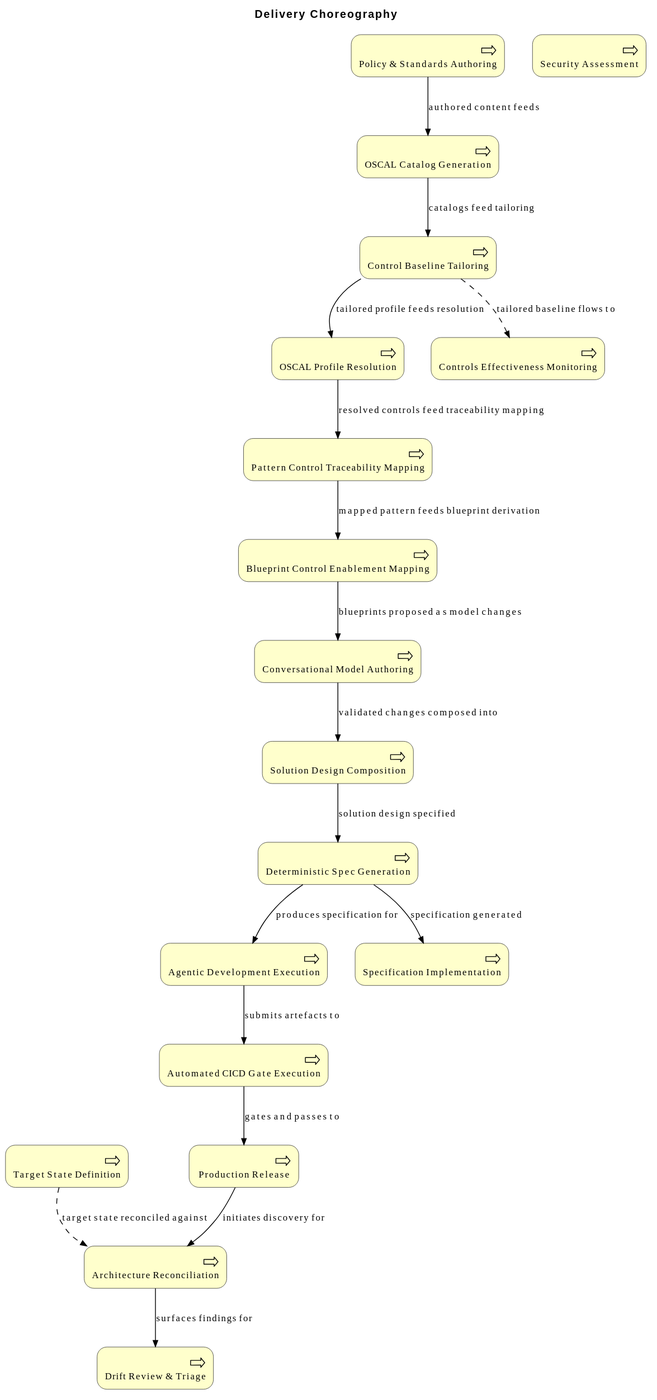
This is architecture/model/diagrams/business/delivery.svg from wolffy-au/frictionless-architect, a PlantUML export, as it was before one commit.
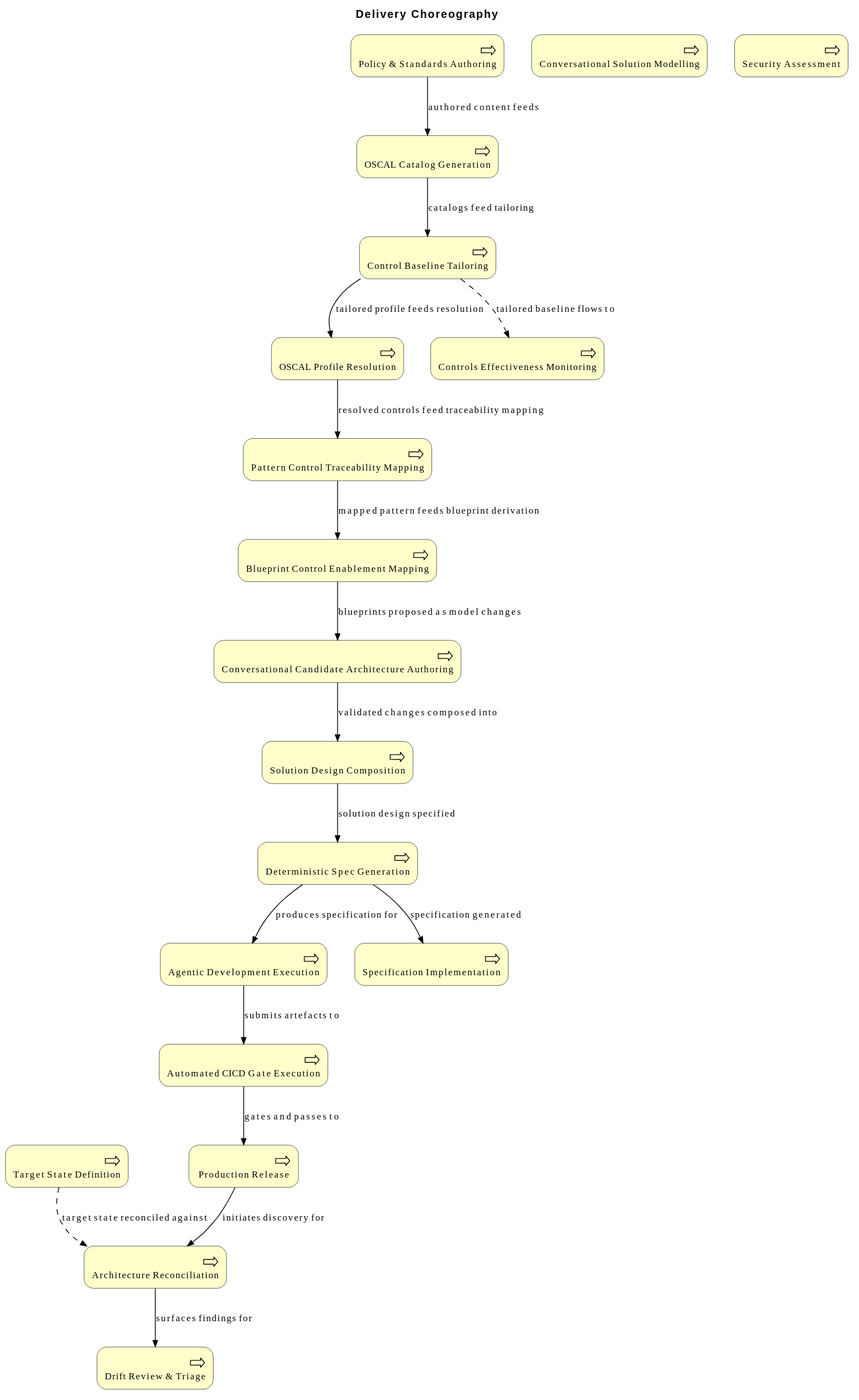
The same diagram one commit later.

The edit, as a diff of the source:
```diff
@@ -10,8 +10,9 @@
 Business_Process(e_id3a7a27eefeb751, "Architecture Reconciliation")
 Business_Process(e_id33612ed603b85e, "Drift Review & Triage")
 Business_Process(e_id395c9c2923aa56, "Target State Definition")
-Business_Process(e_id5959dd7c3bbe59, "Conversational Model Authoring")
+Business_Process(e_id5959dd7c3bbe59, "Conversational Candidate Architecture Authoring")
 Business_Process(e_id4991c823f6d55b, "Solution Design Composition")
+Business_Process(e_idb15bf3bc08d15d, "Conversational Solution Modelling")
 Business_Process(e_idbbfbc45c295253, "Security Assessment")
 Business_Process(e_idba4ef821169f5d, "Specification Implementation")
 Business_Process(e_id14fa9f783d5350, "Policy & Standards Authoring")
```
